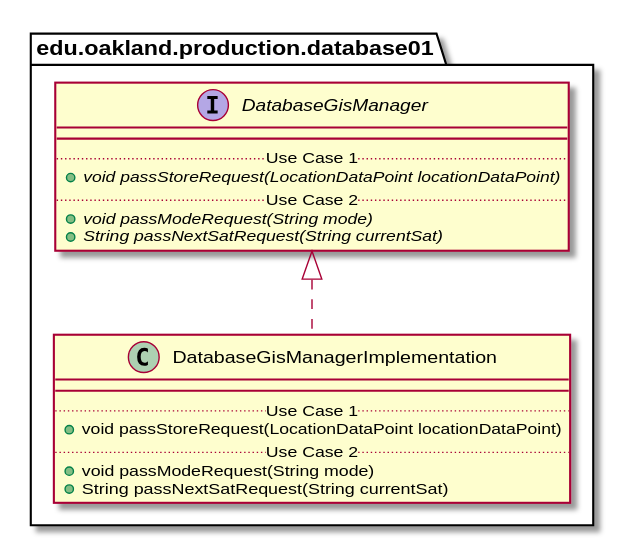
The PlantUML diagram docs/uml-class-diagrams/database/production/DatabaseGisManagerImplementation/DatabaseGisManagerImplementation_DirectDependencies.svg in andrewdimmer/csi-3370-software-project, before a commit. Source of this version:
```plantuml
@startuml DatabaseGisManagerImplementation_DirectDependencies


package edu.oakland.production.database01 {
    class DatabaseGisManagerImplementation {
        __
        .. Use Case 1 ..
        + void passStoreRequest(LocationDataPoint locationDataPoint)
        .. Use Case 2 ..
        + void passModeRequest(String mode)
        + String passNextSatRequest(String currentSat)
    }
}



package edu.oakland.production.database01 {
    interface DatabaseGisManager {
        __
        .. Use Case 1 ..
        {abstract} + void passStoreRequest(LocationDataPoint locationDataPoint)
        .. Use Case 2 ..
        {abstract} + void passModeRequest(String mode)
        {abstract} + String passNextSatRequest(String currentSat)
    }
}

DatabaseGisManagerImplementation .up.|> DatabaseGisManager





@enduml
```
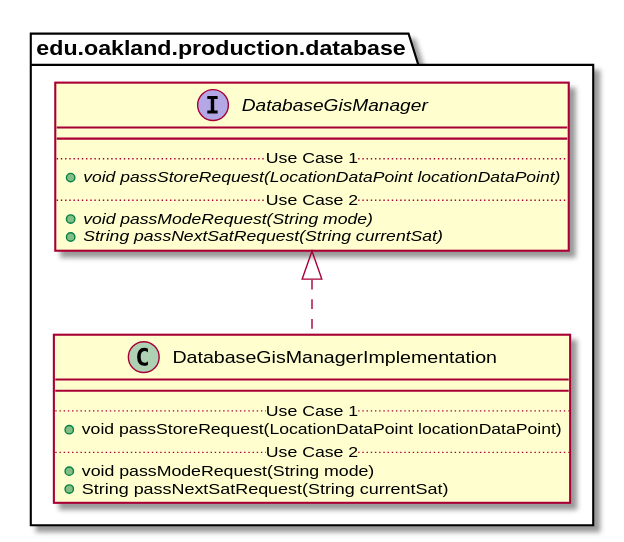
Above is the later version.

The edit, as a diff of the source:
```diff
@@ -1,7 +1,7 @@
 @startuml DatabaseGisManagerImplementation_DirectDependencies
 
 
-package edu.oakland.production.database01 {
+package edu.oakland.production.database {
     class DatabaseGisManagerImplementation {
         __
         .. Use Case 1 ..
@@ -14,7 +14,7 @@
 
 
 
-package edu.oakland.production.database01 {
+package edu.oakland.production.database {
     interface DatabaseGisManager {
         __
         .. Use Case 1 ..
```
